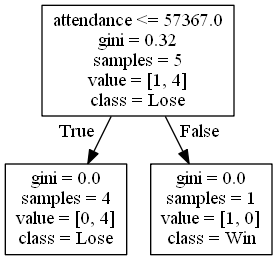
Above: DecisionTrees/Pac-12decision_tree_no_score5.png in alexana-steck/CSE482Project (Graphviz), before the change. Its source is kept beside it as DecisionTrees/Pac-12decision_tree_no_score5.dot.
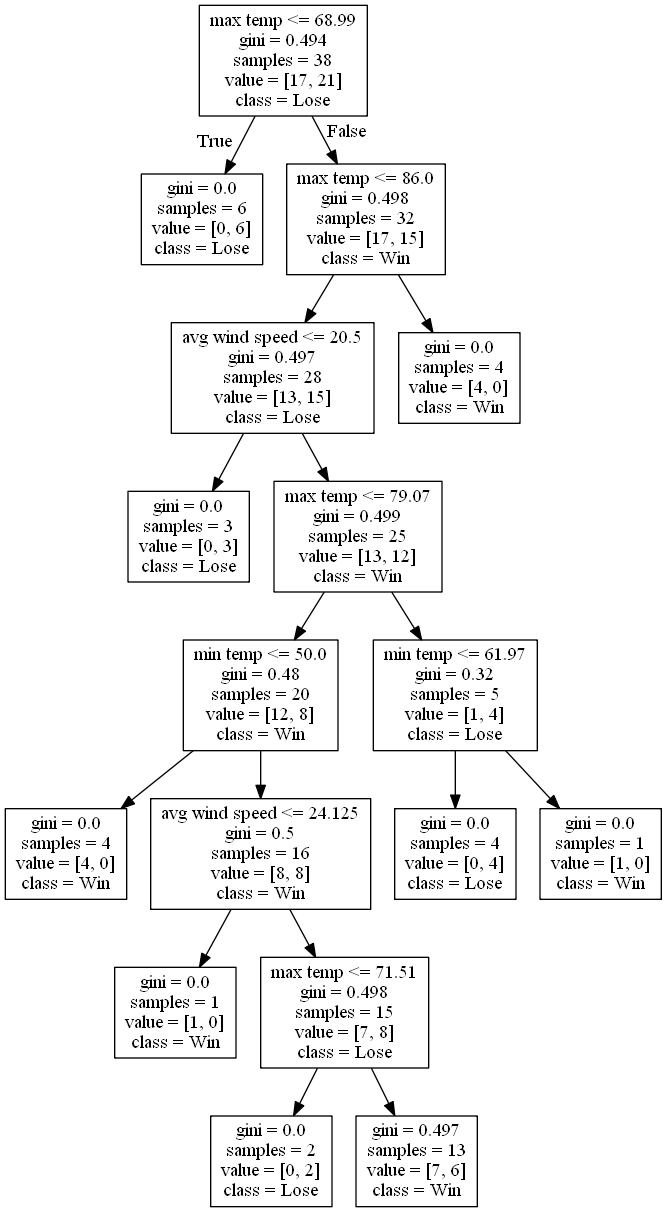
Later version of the same file.

What changed in the source:
```diff
@@ -1,8 +1,36 @@
 digraph Tree {
 node [shape=box] ;
-0 [label="attendance <= 57367.0\ngini = 0.32\nsamples = 5\nvalue = [1, 4]\nclass = Lose"] ;
-1 [label="gini = 0.0\nsamples = 4\nvalue = [0, 4]\nclass = Lose"] ;
+0 [label="max temp <= 68.99\ngini = 0.494\nsamples = 38\nvalue = [17, 21]\nclass = Lose"] ;
+1 [label="gini = 0.0\nsamples = 6\nvalue = [0, 6]\nclass = Lose"] ;
 0 -> 1 [labeldistance=2.5, labelangle=45, headlabel="True"] ;
-2 [label="gini = 0.0\nsamples = 1\nvalue = [1, 0]\nclass = Win"] ;
+2 [label="max temp <= 86.0\ngini = 0.498\nsamples = 32\nvalue = [17, 15]\nclass = Win"] ;
 0 -> 2 [labeldistance=2.5, labelangle=-45, headlabel="False"] ;
+3 [label="avg wind speed <= 20.5\ngini = 0.497\nsamples = 28\nvalue = [13, 15]\nclass = Lose"] ;
+2 -> 3 ;
+4 [label="gini = 0.0\nsamples = 3\nvalue = [0, 3]\nclass = Lose"] ;
+3 -> 4 ;
+5 [label="max temp <= 79.07\ngini = 0.499\nsamples = 25\nvalue = [13, 12]\nclass = Win"] ;
+3 -> 5 ;
+6 [label="min temp <= 50.0\ngini = 0.48\nsamples = 20\nvalue = [12, 8]\nclass = Win"] ;
+5 -> 6 ;
+7 [label="gini = 0.0\nsamples = 4\nvalue = [4, 0]\nclass = Win"] ;
+6 -> 7 ;
+8 [label="avg wind speed <= 24.125\ngini = 0.5\nsamples = 16\nvalue = [8, 8]\nclass = Win"] ;
+6 -> 8 ;
+9 [label="gini = 0.0\nsamples = 1\nvalue = [1, 0]\nclass = Win"] ;
+8 -> 9 ;
+10 [label="max temp <= 71.51\ngini = 0.498\nsamples = 15\nvalue = [7, 8]\nclass = Lose"] ;
+8 -> 10 ;
+11 [label="gini = 0.0\nsamples = 2\nvalue = [0, 2]\nclass = Lose"] ;
+10 -> 11 ;
+12 [label="gini = 0.497\nsamples = 13\nvalue = [7, 6]\nclass = Win"] ;
+10 -> 12 ;
+13 [label="min temp <= 61.97\ngini = 0.32\nsamples = 5\nvalue = [1, 4]\nclass = Lose"] ;
+5 -> 13 ;
+14 [label="gini = 0.0\nsamples = 4\nvalue = [0, 4]\nclass = Lose"] ;
+13 -> 14 ;
+15 [label="gini = 0.0\nsamples = 1\nvalue = [1, 0]\nclass = Win"] ;
+13 -> 15 ;
+16 [label="gini = 0.0\nsamples = 4\nvalue = [4, 0]\nclass = Win"] ;
+2 -> 16 ;
 }
```
